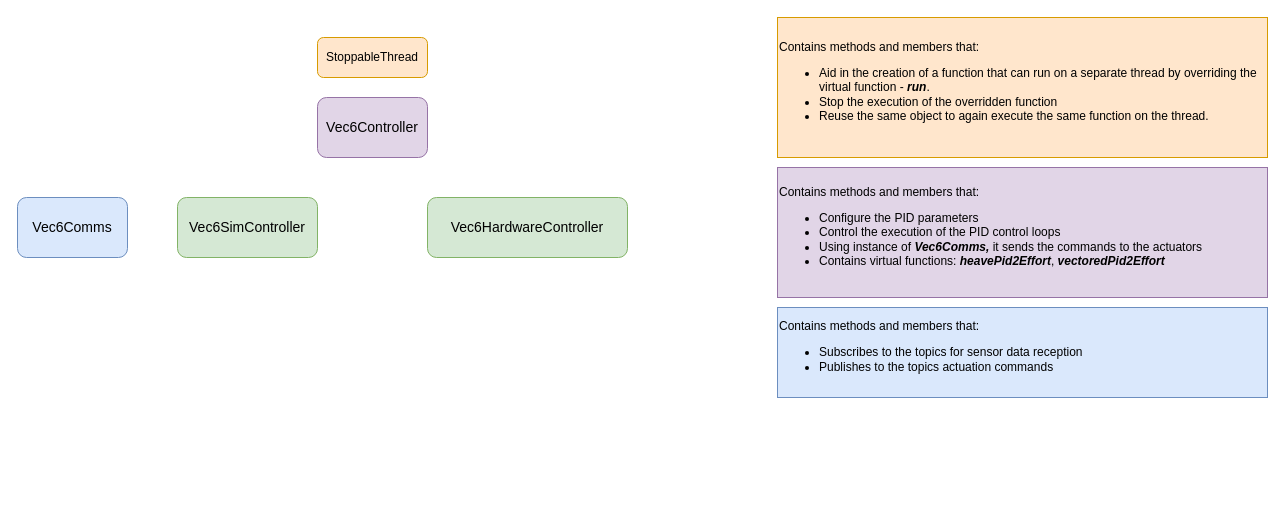
Before: docs/uwv-simulator-structure.drawio in auvsociety/uwv-simulator, a draw.io diagram. Source tidied: cells renumbered, new cells numbered last; positions are measured from the earlier drawing's top-left corner, leaving out a move shared by most shapes. Both pictures are drawn from the tidied source at 100%, with x=0, y=0 at pixel (17, 17).
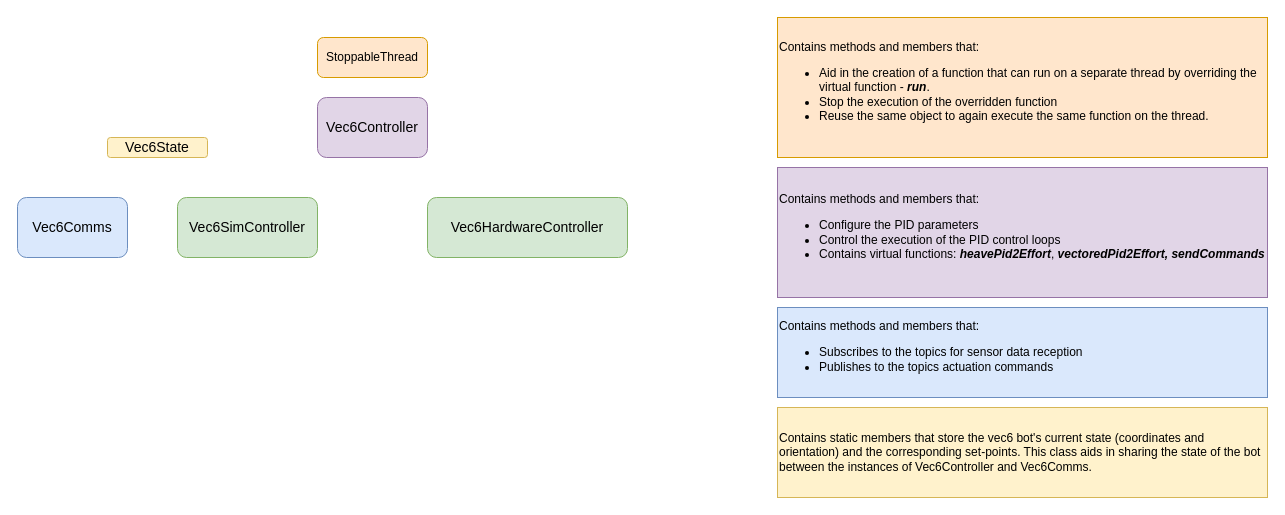
The same diagram, later.

Commit message (it also covers changes not shown here):
Implemented Vec6comms class and updated the docs

What changed in the source:
```diff
@@
 <mxGraphModel>
   <root>
     <mxCell id="0" />
     <mxCell id="1" parent="0" />
     <mxCell id="2" value="StoppableThread" style="rounded=1;whiteSpace=wrap;html=1;fillColor=#ffe6cc;strokeColor=#d79b00;" parent="1" vertex="1">
       <mxGeometry x="300" y="20" width="110" height="40" as="geometry" />
     </mxCell>
     <mxCell id="3" value="&lt;font style=&quot;font-size: 14px&quot;&gt;Vec6Controller&lt;/font&gt;" style="rounded=1;whiteSpace=wrap;html=1;fillColor=#e1d5e7;strokeColor=#9673a6;" parent="1" vertex="1">
       <mxGeometry x="300" y="80" width="110" height="60" as="geometry" />
     </mxCell>
-    <mxCell id="4" value="Contains methods and members that:&lt;br&gt;&lt;ul&gt;&lt;li&gt;Configure the PID parameters&lt;/li&gt;&lt;li&gt;Control the execution of the PID control loops&lt;/li&gt;&lt;li&gt;Using instance of&amp;nbsp;&lt;i style=&quot;font-weight: bold&quot;&gt;Vec6Comms, &lt;/i&gt;it&amp;nbsp;sends the commands to the actuators&lt;/li&gt;&lt;li&gt;Contains virtual functions: &lt;i style=&quot;font-weight: bold&quot;&gt;heavePid2Effort&lt;/i&gt;, &lt;i style=&quot;font-weight: bold&quot;&gt;vectoredPid2Effort&lt;/i&gt;&lt;/li&gt;&lt;/ul&gt;" style="rounded=0;whiteSpace=wrap;html=1;fillColor=#e1d5e7;strokeColor=#9673a6;align=left;" parent="1" vertex="1">
+    <mxCell id="4" value="Contains methods and members that:&lt;br&gt;&lt;ul&gt;&lt;li&gt;Configure the PID parameters&lt;/li&gt;&lt;li&gt;Control the execution of the PID control loops&lt;/li&gt;&lt;li&gt;Contains virtual functions: &lt;i style=&quot;font-weight: bold&quot;&gt;heavePid2Effort&lt;/i&gt;, &lt;i style=&quot;font-weight: bold&quot;&gt;vectoredPid2Effort, sendCommands&lt;/i&gt;&lt;/li&gt;&lt;/ul&gt;" style="rounded=0;whiteSpace=wrap;html=1;fillColor=#e1d5e7;strokeColor=#9673a6;align=left;" parent="1" vertex="1">
       <mxGeometry x="760" y="150" width="490" height="130" as="geometry" />
     </mxCell>
     <mxCell id="5" value="Contains methods and members that:&lt;br&gt;&lt;ul&gt;&lt;li&gt;Aid in the creation of a function that can run on a separate thread by overriding the virtual function - &lt;i style=&quot;font-weight: bold&quot;&gt;run&lt;/i&gt;.&lt;/li&gt;&lt;li&gt;Stop the execution of the overridden function&lt;/li&gt;&lt;li&gt;Reuse the same object to again execute the same function on the thread.&lt;/li&gt;&lt;/ul&gt;" style="rounded=0;whiteSpace=wrap;html=1;fillColor=#ffe6cc;align=left;strokeColor=#d79b00;perimeterSpacing=2;" parent="1" vertex="1">
       <mxGeometry x="760" width="490" height="140" as="geometry" />
     </mxCell>
     <mxCell id="6" value="&lt;font style=&quot;font-size: 14px&quot;&gt;Vec6Comms&lt;/font&gt;" style="rounded=1;whiteSpace=wrap;html=1;fillColor=#dae8fc;strokeColor=#6c8ebf;" parent="1" vertex="1">
       <mxGeometry y="180" width="110" height="60" as="geometry" />
     </mxCell>
     <mxCell id="7" value="Contains methods and members that:&lt;br&gt;&lt;ul&gt;&lt;li&gt;Subscribes to the topics for sensor data reception&lt;/li&gt;&lt;li&gt;Publishes to the topics actuation commands&lt;/li&gt;&lt;/ul&gt;" style="rounded=0;whiteSpace=wrap;html=1;fillColor=#dae8fc;strokeColor=#6c8ebf;align=left;" parent="1" vertex="1">
       <mxGeometry x="760" y="290" width="490" height="90" as="geometry" />
     </mxCell>
     <mxCell id="8" value="&lt;font style=&quot;font-size: 14px&quot;&gt;Vec6HardwareController&lt;/font&gt;" style="rounded=1;whiteSpace=wrap;html=1;fillColor=#d5e8d4;strokeColor=#82b366;" parent="1" vertex="1">
       <mxGeometry x="410" y="180" width="200" height="60" as="geometry" />
     </mxCell>
     <mxCell id="9" value="&lt;font style=&quot;font-size: 14px&quot;&gt;Vec6SimController&lt;/font&gt;" style="rounded=1;whiteSpace=wrap;html=1;fillColor=#d5e8d4;strokeColor=#82b366;" parent="1" vertex="1">
       <mxGeometry x="160" y="180" width="140" height="60" as="geometry" />
     </mxCell>
+    <mxCell id="10" value="&lt;font style=&quot;font-size: 14px&quot;&gt;Vec6State&lt;/font&gt;" style="rounded=1;whiteSpace=wrap;html=1;fillColor=#fff2cc;strokeColor=#d6b656;" parent="1" vertex="1">
+      <mxGeometry x="90" y="120" width="100" height="20" as="geometry" />
+    </mxCell>
+    <mxCell id="11" value="Contains static members that store the vec6 bot's current state (coordinates and orientation) and the corresponding set-points. This class aids in sharing the state of the bot between the instances of Vec6Controller and Vec6Comms." style="rounded=0;whiteSpace=wrap;html=1;fillColor=#fff2cc;strokeColor=#d6b656;align=left;" parent="1" vertex="1">
+      <mxGeometry x="760" y="390" width="490" height="90" as="geometry" />
+    </mxCell>
   </root>
 </mxGraphModel>
```
